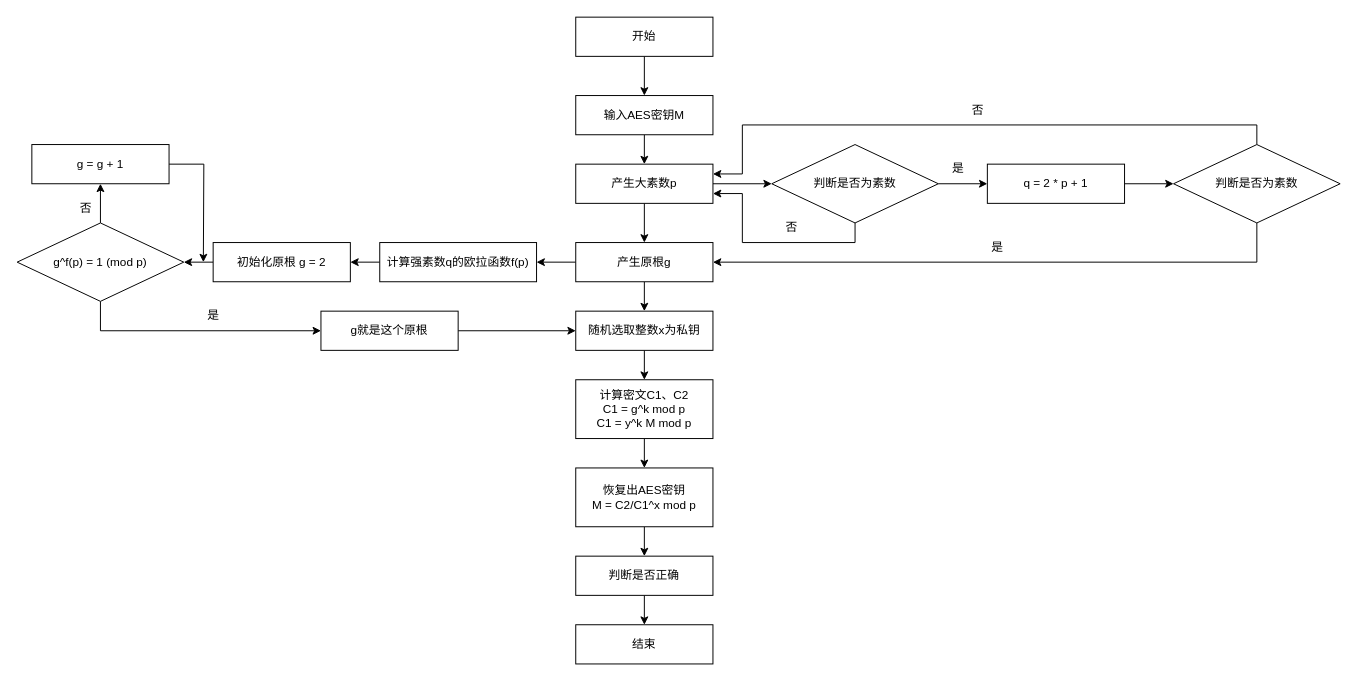
zhaoyj6/liuchengtu keeps this draw.io diagram as 算法流程图.drawio. Above is the earlier version. Source tidied: cells renumbered, new cells numbered last; positions are measured from the earlier drawing's top-left corner, leaving out a move shared by most shapes. Both pictures are drawn from the tidied source at 98%, with x=0, y=0 at pixel (17, 17).
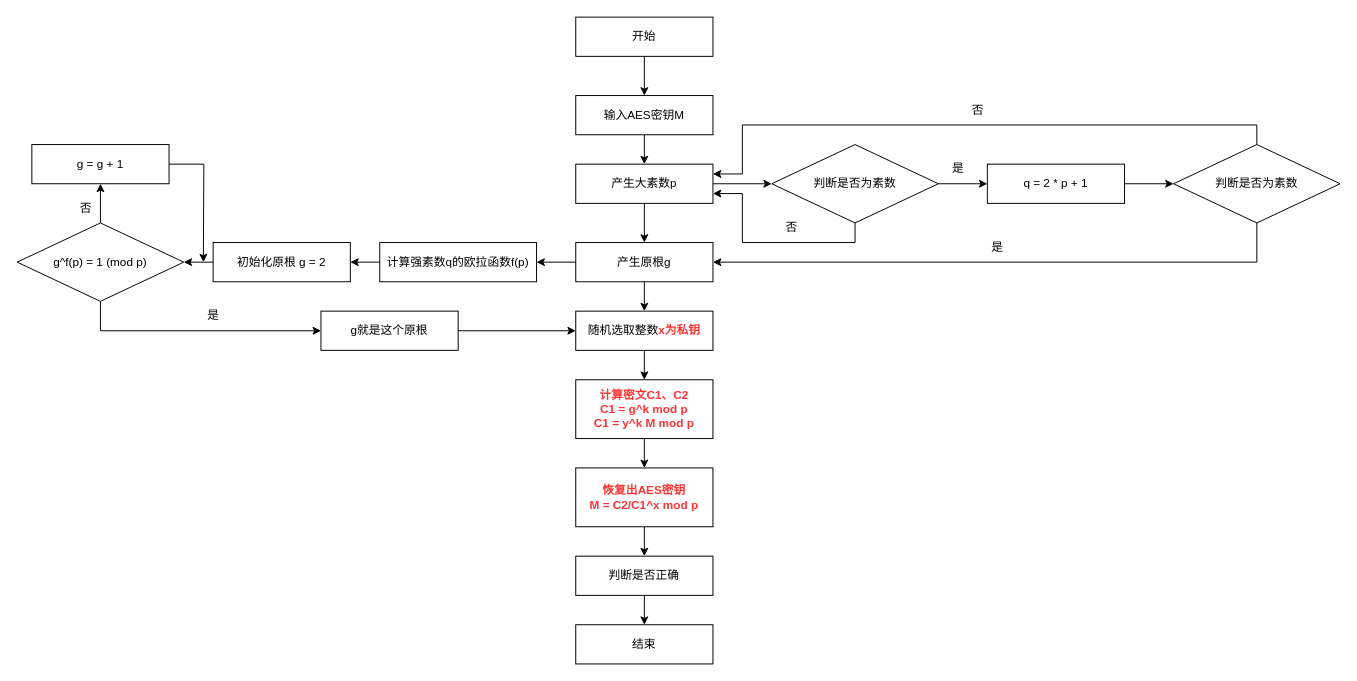
After the change.

Commit message (it also covers changes not shown here):
更新算法流程图.drawio

Change to the diagram source:
```diff
@@
-    <mxCell id="5" value="恢复出AES密钥&lt;div&gt;M = C2/C1^x mod p&lt;/div&gt;" style="rounded=0;whiteSpace=wrap;html=1;" parent="1" vertex="1">
+    <mxCell id="5" value="&lt;b&gt;&lt;font color=&quot;#ff3333&quot;&gt;恢复出AES密钥&lt;/font&gt;&lt;/b&gt;&lt;div&gt;&lt;b&gt;&lt;font color=&quot;#ff3333&quot;&gt;M = C2/C1^x mod p&lt;/font&gt;&lt;/b&gt;&lt;/div&gt;" style="rounded=0;whiteSpace=wrap;html=1;" parent="1" vertex="1">
       <mxGeometry x="570" y="460" width="140" height="60" as="geometry" />
     </mxCell>
@@
-    <mxCell id="13" value="随机选取整数x为私钥" style="rounded=0;whiteSpace=wrap;html=1;" parent="1" vertex="1">
+    <mxCell id="13" value="随机选取整数&lt;b&gt;&lt;font color=&quot;#ff3333&quot;&gt;x为私钥&lt;/font&gt;&lt;/b&gt;" style="rounded=0;whiteSpace=wrap;html=1;" parent="1" vertex="1">
       <mxGeometry x="570" y="300" width="140" height="40" as="geometry" />
     </mxCell>
@@
-    <mxCell id="15" value="计算密文C1、C2&lt;div&gt;C1 = g^k mod p&lt;/div&gt;&lt;div&gt;C1 = y^k M mod p&lt;/div&gt;" style="rounded=0;whiteSpace=wrap;html=1;" parent="1" vertex="1">
+    <mxCell id="15" value="&lt;b&gt;&lt;font color=&quot;#ff3333&quot;&gt;计算密文C1、C2&lt;/font&gt;&lt;/b&gt;&lt;div&gt;&lt;b&gt;&lt;font color=&quot;#ff3333&quot;&gt;C1 = g^k mod p&lt;/font&gt;&lt;/b&gt;&lt;/div&gt;&lt;div&gt;&lt;b&gt;&lt;font color=&quot;#ff3333&quot;&gt;C1 = y^k M mod p&lt;/font&gt;&lt;/b&gt;&lt;/div&gt;" style="rounded=0;whiteSpace=wrap;html=1;" parent="1" vertex="1">
       <mxGeometry x="570" y="370" width="140" height="60" as="geometry" />
     </mxCell>
```
